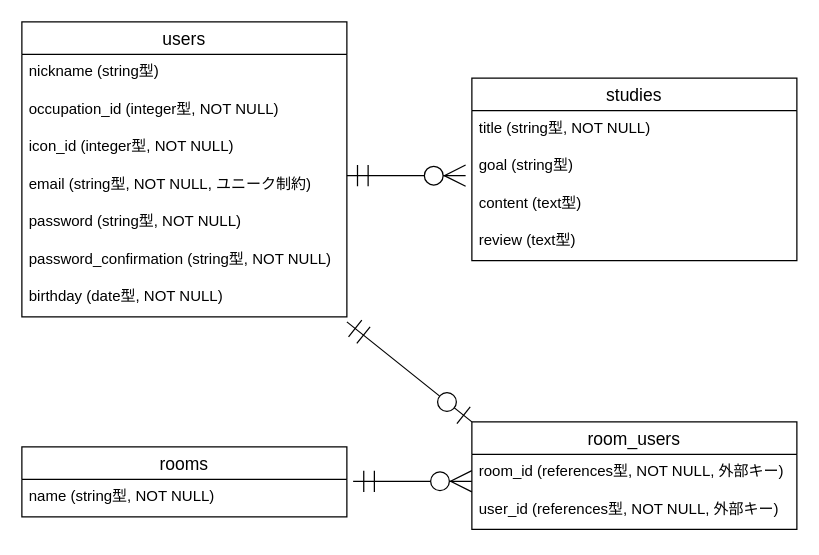
The draw.io diagram ER.dio in Kota-A-179/study_room, before the edit. Source tidied: cells renumbered, new cells numbered last; positions are measured from the earlier drawing's top-left corner, leaving out a move shared by most shapes. Both pictures are drawn from the tidied source at 125%, with x=0, y=0 at pixel (21, 21).
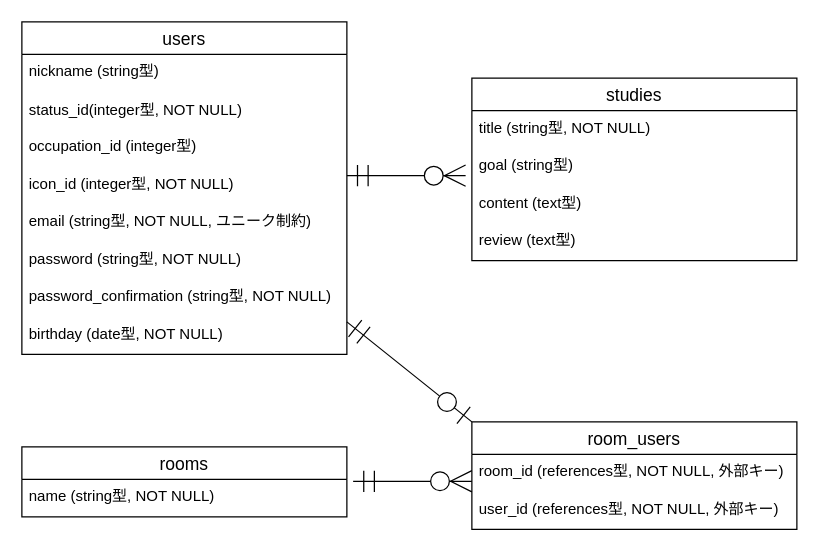
The same page after the edit.

Commit message (it also covers changes not shown here):
status_idカラムの追加

Diff of the diagram source:
```diff
@@
     <mxCell id="2" value="users" style="swimlane;fontStyle=0;horizontal=1;startSize=26;align=center;fontSize=14;" parent="1" vertex="1">
-      <mxGeometry width="260" height="236" as="geometry" />
+      <mxGeometry width="260" height="266" as="geometry" />
     </mxCell>
@@
+    <mxCell id="23" value="status_id(integer型, NOT NULL)" style="text;strokeColor=none;fillColor=none;align=left;verticalAlign=middle;spacingLeft=4;spacingRight=4;overflow=hidden;whiteSpace=wrap;html=1;" parent="2" vertex="1">
+      <mxGeometry y="56" width="260" height="30" as="geometry" />
+    </mxCell>
-    <mxCell id="4" value="occupation_id (integer型, NOT NULL)" style="text;strokeColor=none;fillColor=none;spacingLeft=4;spacingRight=4;overflow=hidden;fontSize=12;" parent="2" vertex="1">
-      <mxGeometry y="56" width="260" height="30" as="geometry" />
+    <mxCell id="4" value="occupation_id (integer型)" style="text;strokeColor=none;fillColor=none;spacingLeft=4;spacingRight=4;overflow=hidden;fontSize=12;" parent="2" vertex="1">
+      <mxGeometry y="86" width="260" height="30" as="geometry" />
     </mxCell>
     <mxCell id="5" value="icon_id (integer型, NOT NULL)" style="text;strokeColor=none;fillColor=none;spacingLeft=4;spacingRight=4;overflow=hidden;fontSize=12;" parent="2" vertex="1">
-      <mxGeometry y="86" width="260" height="30" as="geometry" />
+      <mxGeometry y="116" width="260" height="30" as="geometry" />
     </mxCell>
     <mxCell id="6" value="email (string型, NOT NULL, ユニーク制約)" style="text;strokeColor=none;fillColor=none;spacingLeft=4;spacingRight=4;overflow=hidden;fontSize=12;" parent="2" vertex="1">
-      <mxGeometry y="116" width="260" height="30" as="geometry" />
+      <mxGeometry y="146" width="260" height="30" as="geometry" />
     </mxCell>
     <mxCell id="7" value="password (string型, NOT NULL)" style="text;strokeColor=none;fillColor=none;spacingLeft=4;spacingRight=4;overflow=hidden;fontSize=12;" parent="2" vertex="1">
-      <mxGeometry y="146" width="260" height="30" as="geometry" />
+      <mxGeometry y="176" width="260" height="30" as="geometry" />
     </mxCell>
     <mxCell id="8" value="password_confirmation (string型, NOT NULL)" style="text;strokeColor=none;fillColor=none;spacingLeft=4;spacingRight=4;overflow=hidden;fontSize=12;" parent="2" vertex="1">
-      <mxGeometry y="176" width="260" height="30" as="geometry" />
+      <mxGeometry y="206" width="260" height="30" as="geometry" />
     </mxCell>
     <mxCell id="9" value="birthday (date型, NOT NULL)" style="text;strokeColor=none;fillColor=none;spacingLeft=4;spacingRight=4;overflow=hidden;fontSize=12;" parent="2" vertex="1">
-      <mxGeometry y="206" width="260" height="30" as="geometry" />
+      <mxGeometry y="236" width="260" height="30" as="geometry" />
     </mxCell>
```
